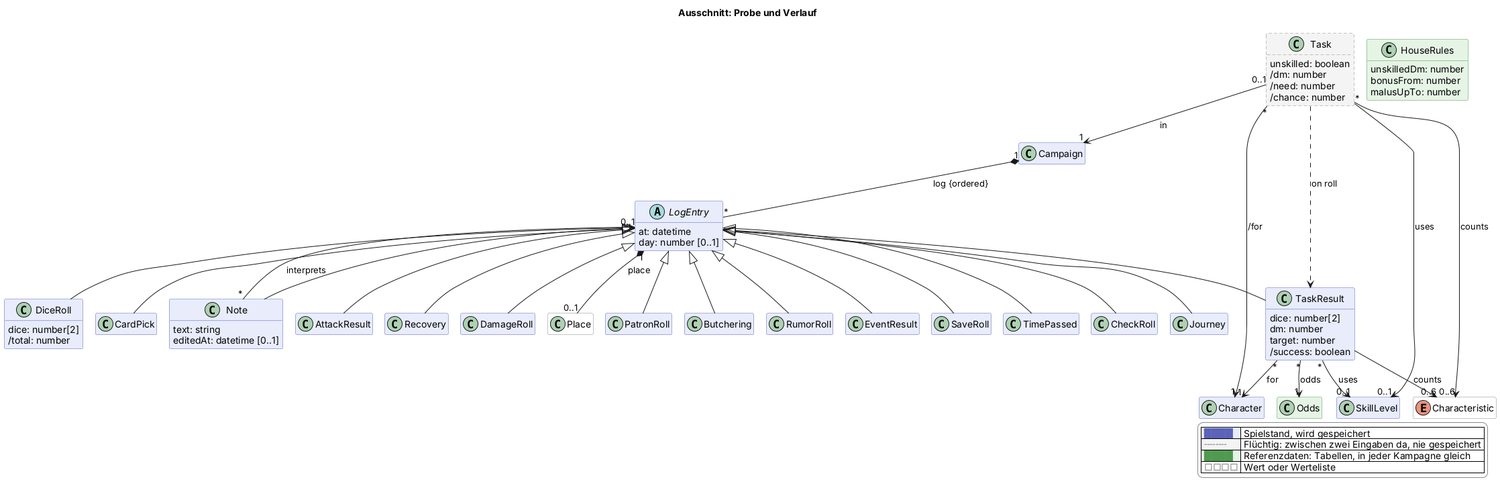
Before: docs/views/probe.png, a diagram exported from PlantUML (scuzzar/SRE).
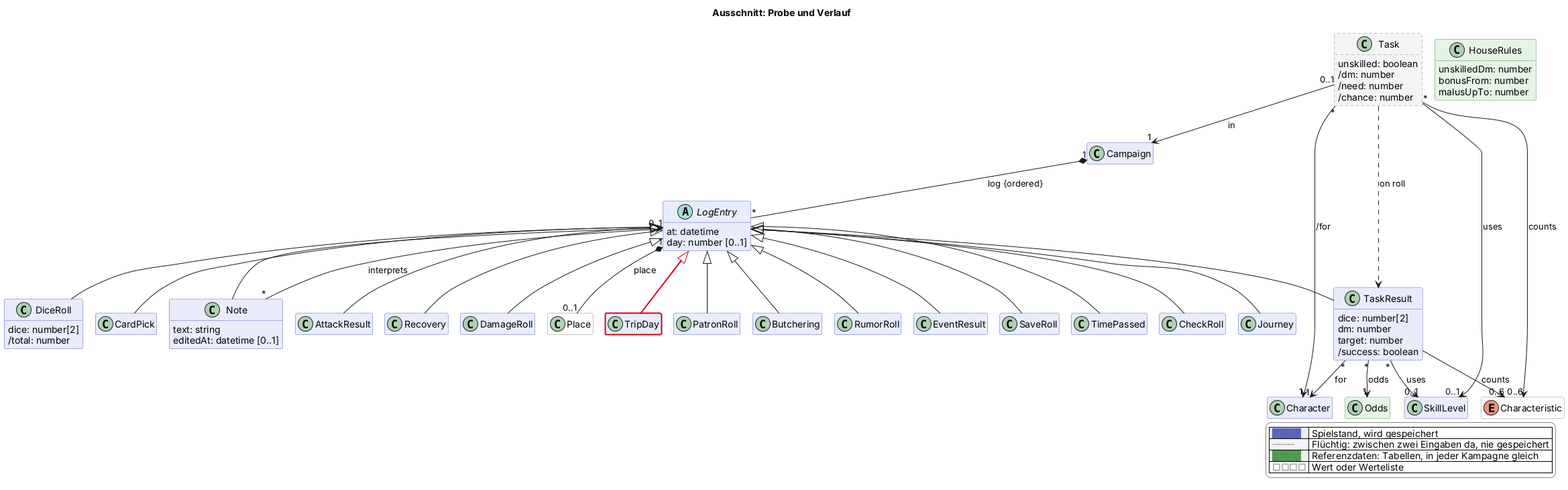
Later version of the same file.

Diff of the diagram source:
```diff
@@ -118,6 +118,7 @@
     malusUpTo: number
   }
   class Place <<value>> $oberflaeche
+  class TripDay $logistik $newClass("2026-11-15")
   enum Characteristic <<value>> $charakter
 
 Campaign "1" *-- "*" LogEntry : log {ordered}
@@ -129,6 +130,7 @@
 
 
 LogEntry "1" *-- "0..1" Place : place
+LogEntry <|-$newArrow("2026-11-15")- TripDay
 
 
 
```
